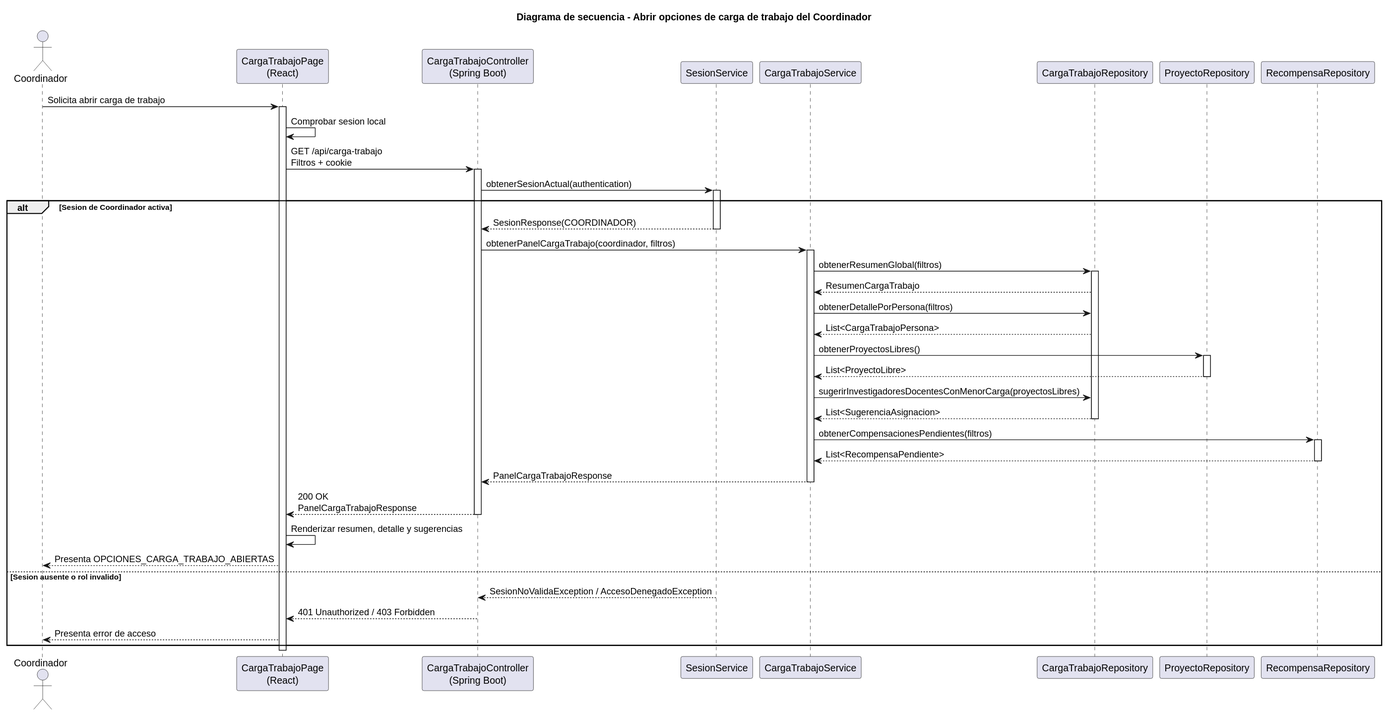
Above: images/RUP/02-diseño/casos-uso/coordinador/abrirOpcionesCargaTrabajo/secuencia.svg in beatriizorozco/25-26-idsw2-sdVC (PlantUML), before the change.
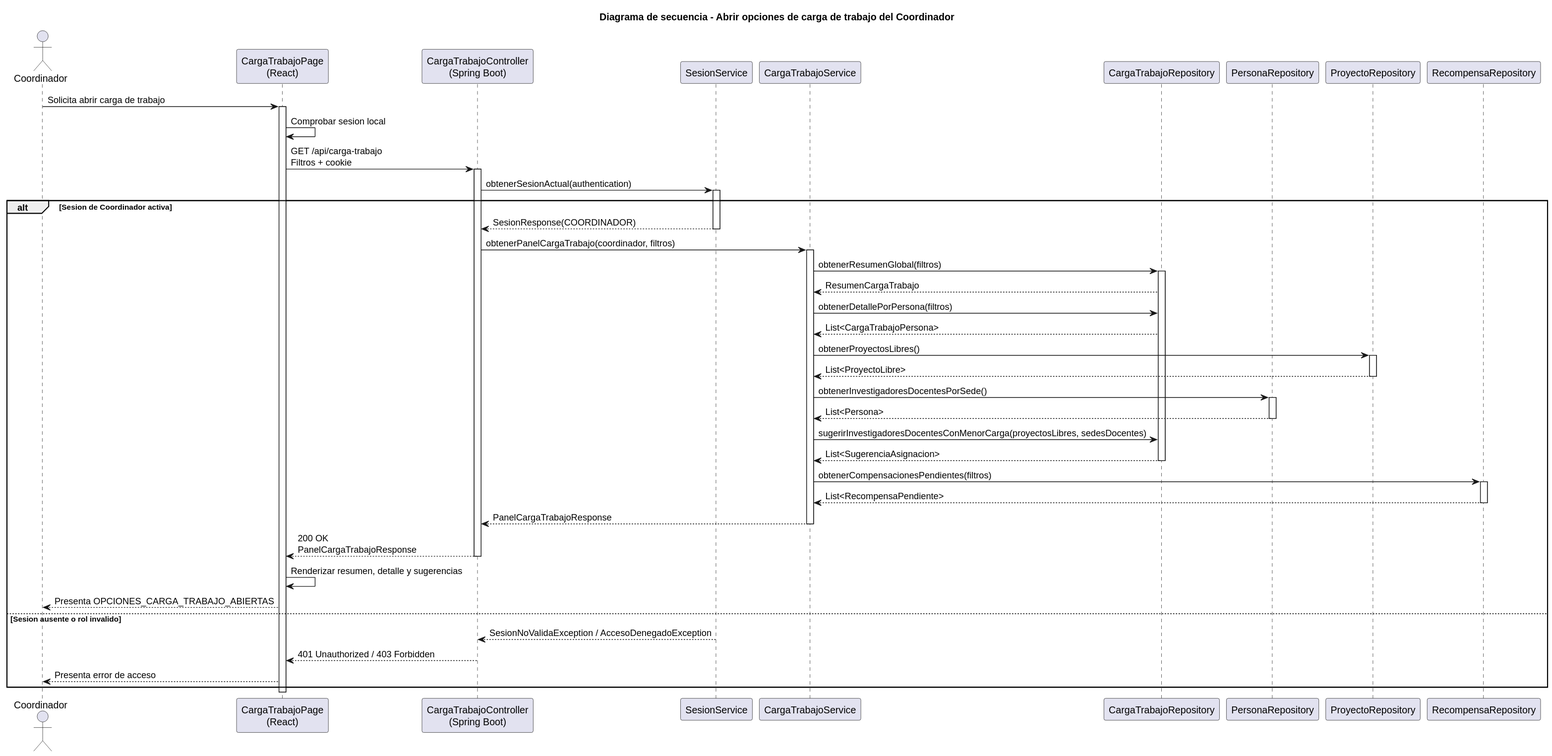
After the change.

Diff of the diagram source:
```diff
@@ -7,6 +7,7 @@
 participant "SesionService" as Sesion
 participant "CargaTrabajoService" as Service
 participant "CargaTrabajoRepository" as CargaRepo
+participant "PersonaRepository" as PersonaRepo
 participant "ProyectoRepository" as ProyectoRepo
 participant "RecompensaRepository" as RecompensaRepo
 
@@ -31,7 +32,11 @@
     activate ProyectoRepo
     ProyectoRepo --> Service: List<ProyectoLibre>
     deactivate ProyectoRepo
-    Service -> CargaRepo: sugerirInvestigadoresDocentesConMenorCarga(proyectosLibres)
+    Service -> PersonaRepo: obtenerInvestigadoresDocentesPorSede()
+    activate PersonaRepo
+    PersonaRepo --> Service: List<Persona>
+    deactivate PersonaRepo
+    Service -> CargaRepo: sugerirInvestigadoresDocentesConMenorCarga(proyectosLibres, sedesDocentes)
     CargaRepo --> Service: List<SugerenciaAsignacion>
     deactivate CargaRepo
     Service -> RecompensaRepo: obtenerCompensacionesPendientes(filtros)
```
